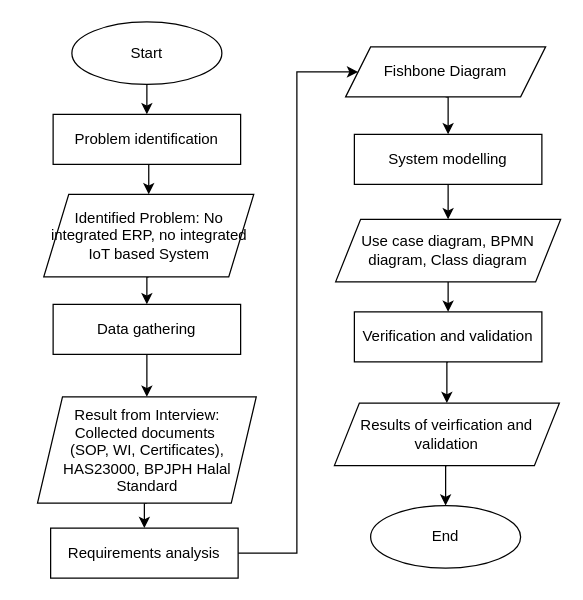
Above: Method auction (Thesis).drawio in ariesharry/Diagrams (draw.io), before the change. Source tidied: cells renumbered, new cells numbered last; positions are measured from the earlier drawing's top-left corner, leaving out a move shared by most shapes. Both pictures are drawn from the tidied source at 125%, with x=0, y=0 at pixel (36, 21).
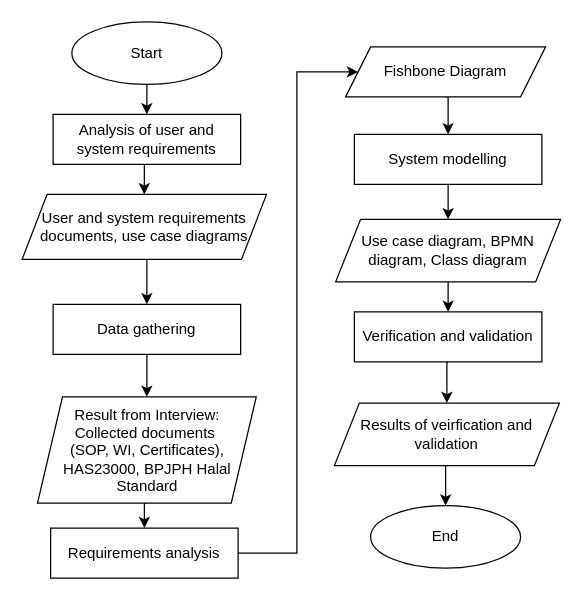
After the change.

Diff of the diagram source:
```diff
@@
-    <mxCell id="3" value="Problem identification" style="rounded=0;whiteSpace=wrap;html=1;" parent="1" vertex="1">
+    <mxCell id="3" value="Analysis of user and system requirements" style="rounded=0;whiteSpace=wrap;html=1;" parent="1" vertex="1">
       <mxGeometry x="13" y="74" width="150" height="40" as="geometry" />
     </mxCell>
@@
-    <mxCell id="24" value="Identified Problem: No integrated ERP, no integrated IoT based System" style="shape=parallelogram;perimeter=parallelogramPerimeter;whiteSpace=wrap;html=1;fixedSize=1;" parent="1" vertex="1">
-      <mxGeometry x="5.5" y="138" width="168" height="66" as="geometry" />
+    <mxCell id="24" value="User and system requirements documents, use case diagrams" style="shape=parallelogram;perimeter=parallelogramPerimeter;whiteSpace=wrap;html=1;fixedSize=1;" parent="1" vertex="1">
+      <mxGeometry x="-11.8" y="138" width="195.5" height="52" as="geometry" />
     </mxCell>
```
